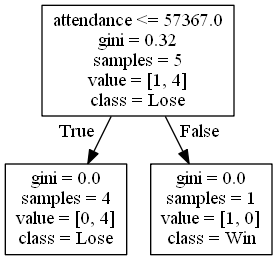
Before: DecisionTrees/Pac-12decision_tree_no_score6.png, a diagram exported from Graphviz (alexana-steck/CSE482Project). Its source is kept beside it as DecisionTrees/Pac-12decision_tree_no_score6.dot.
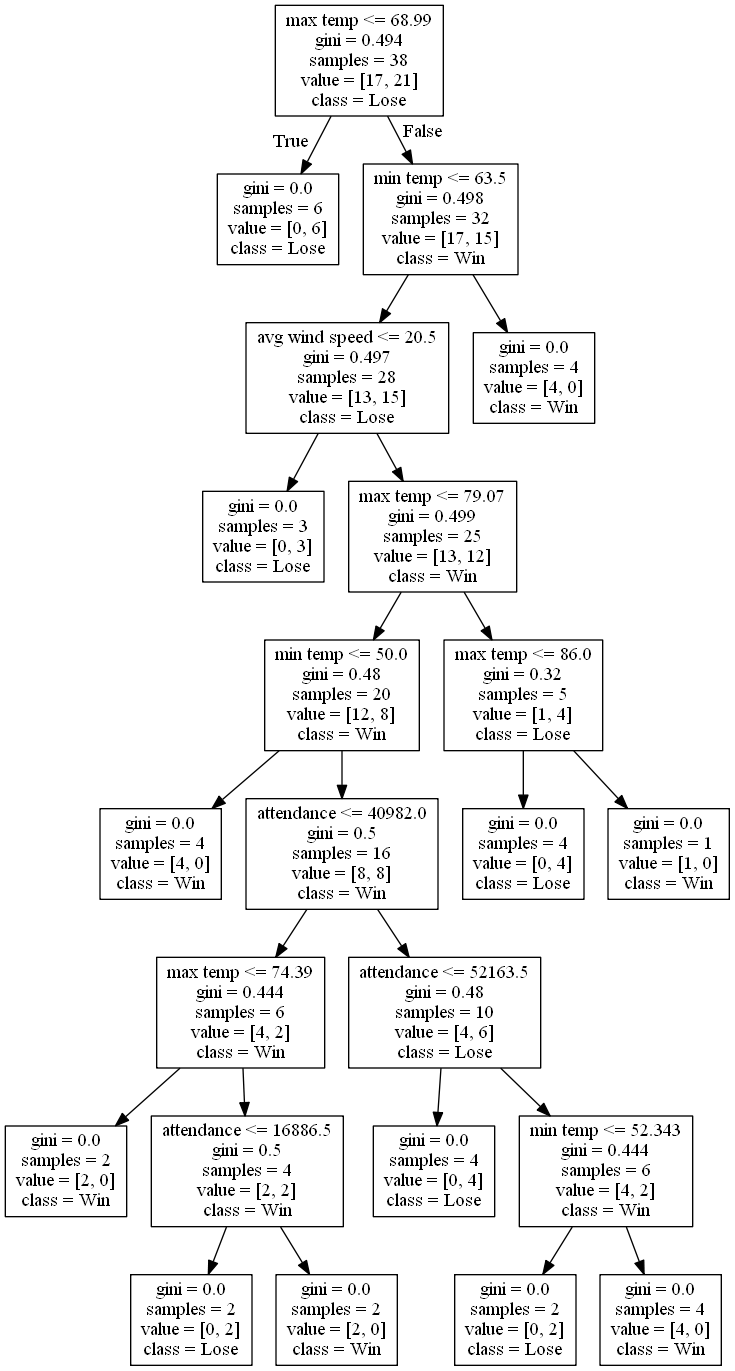
The same diagram one commit later.

Change to the diagram source:
```diff
@@ -1,8 +1,48 @@
 digraph Tree {
 node [shape=box] ;
-0 [label="attendance <= 57367.0\ngini = 0.32\nsamples = 5\nvalue = [1, 4]\nclass = Lose"] ;
-1 [label="gini = 0.0\nsamples = 4\nvalue = [0, 4]\nclass = Lose"] ;
+0 [label="max temp <= 68.99\ngini = 0.494\nsamples = 38\nvalue = [17, 21]\nclass = Lose"] ;
+1 [label="gini = 0.0\nsamples = 6\nvalue = [0, 6]\nclass = Lose"] ;
 0 -> 1 [labeldistance=2.5, labelangle=45, headlabel="True"] ;
-2 [label="gini = 0.0\nsamples = 1\nvalue = [1, 0]\nclass = Win"] ;
+2 [label="min temp <= 63.5\ngini = 0.498\nsamples = 32\nvalue = [17, 15]\nclass = Win"] ;
 0 -> 2 [labeldistance=2.5, labelangle=-45, headlabel="False"] ;
+3 [label="avg wind speed <= 20.5\ngini = 0.497\nsamples = 28\nvalue = [13, 15]\nclass = Lose"] ;
+2 -> 3 ;
+4 [label="gini = 0.0\nsamples = 3\nvalue = [0, 3]\nclass = Lose"] ;
+3 -> 4 ;
+5 [label="max temp <= 79.07\ngini = 0.499\nsamples = 25\nvalue = [13, 12]\nclass = Win"] ;
+3 -> 5 ;
+6 [label="min temp <= 50.0\ngini = 0.48\nsamples = 20\nvalue = [12, 8]\nclass = Win"] ;
+5 -> 6 ;
+7 [label="gini = 0.0\nsamples = 4\nvalue = [4, 0]\nclass = Win"] ;
+6 -> 7 ;
+8 [label="attendance <= 40982.0\ngini = 0.5\nsamples = 16\nvalue = [8, 8]\nclass = Win"] ;
+6 -> 8 ;
+9 [label="max temp <= 74.39\ngini = 0.444\nsamples = 6\nvalue = [4, 2]\nclass = Win"] ;
+8 -> 9 ;
+10 [label="gini = 0.0\nsamples = 2\nvalue = [2, 0]\nclass = Win"] ;
+9 -> 10 ;
+11 [label="attendance <= 16886.5\ngini = 0.5\nsamples = 4\nvalue = [2, 2]\nclass = Win"] ;
+9 -> 11 ;
+12 [label="gini = 0.0\nsamples = 2\nvalue = [0, 2]\nclass = Lose"] ;
+11 -> 12 ;
+13 [label="gini = 0.0\nsamples = 2\nvalue = [2, 0]\nclass = Win"] ;
+11 -> 13 ;
+14 [label="attendance <= 52163.5\ngini = 0.48\nsamples = 10\nvalue = [4, 6]\nclass = Lose"] ;
+8 -> 14 ;
+15 [label="gini = 0.0\nsamples = 4\nvalue = [0, 4]\nclass = Lose"] ;
+14 -> 15 ;
+16 [label="min temp <= 52.343\ngini = 0.444\nsamples = 6\nvalue = [4, 2]\nclass = Win"] ;
+14 -> 16 ;
+17 [label="gini = 0.0\nsamples = 2\nvalue = [0, 2]\nclass = Lose"] ;
+16 -> 17 ;
+18 [label="gini = 0.0\nsamples = 4\nvalue = [4, 0]\nclass = Win"] ;
+16 -> 18 ;
+19 [label="max temp <= 86.0\ngini = 0.32\nsamples = 5\nvalue = [1, 4]\nclass = Lose"] ;
+5 -> 19 ;
+20 [label="gini = 0.0\nsamples = 4\nvalue = [0, 4]\nclass = Lose"] ;
+19 -> 20 ;
+21 [label="gini = 0.0\nsamples = 1\nvalue = [1, 0]\nclass = Win"] ;
+19 -> 21 ;
+22 [label="gini = 0.0\nsamples = 4\nvalue = [4, 0]\nclass = Win"] ;
+2 -> 22 ;
 }
```
